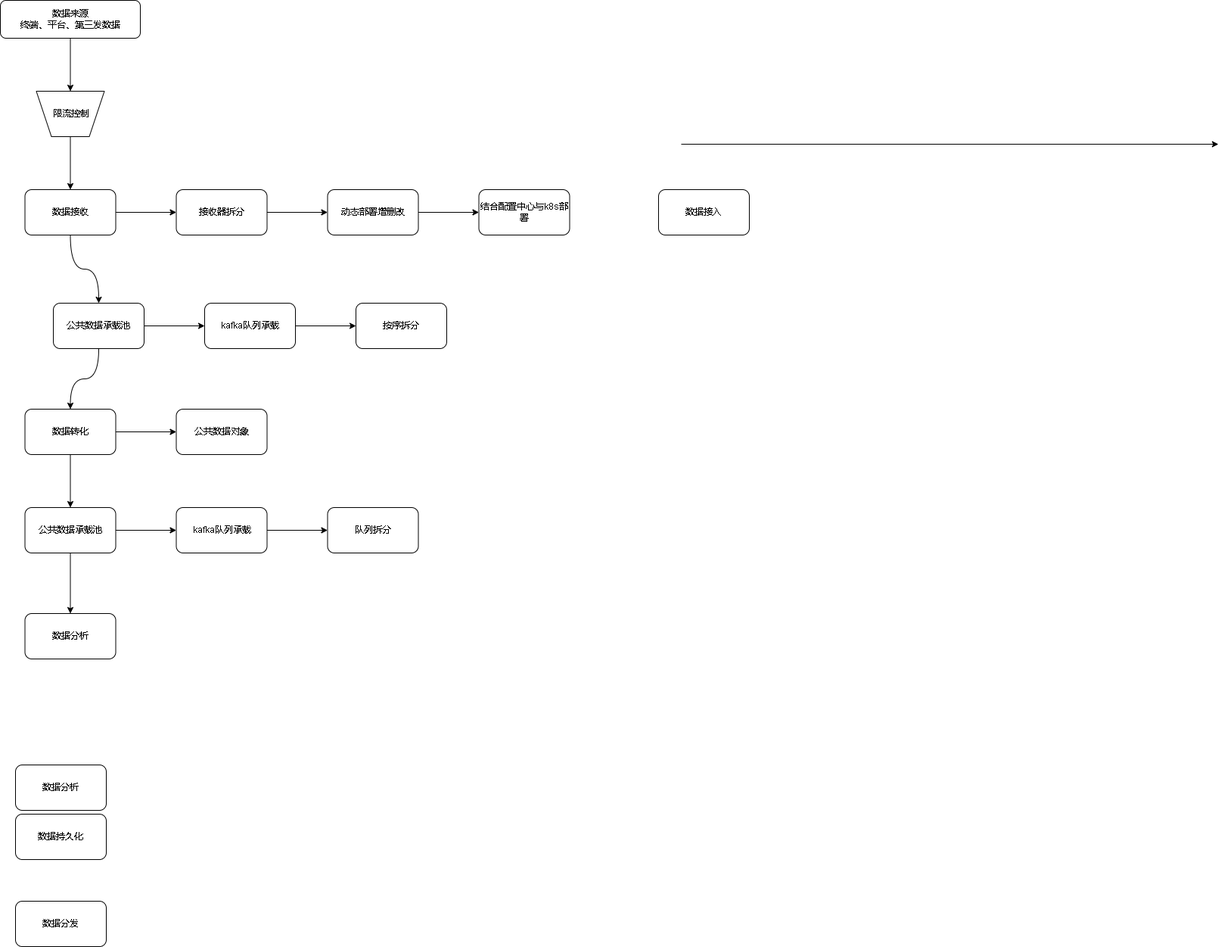
The draw.io diagram 808后台架构.drawio.png in xktder/draw, before a commit. Source tidied: cells renumbered, new cells last; positions are measured from the earlier drawing's top-left corner, leaving out a move shared by most shapes.
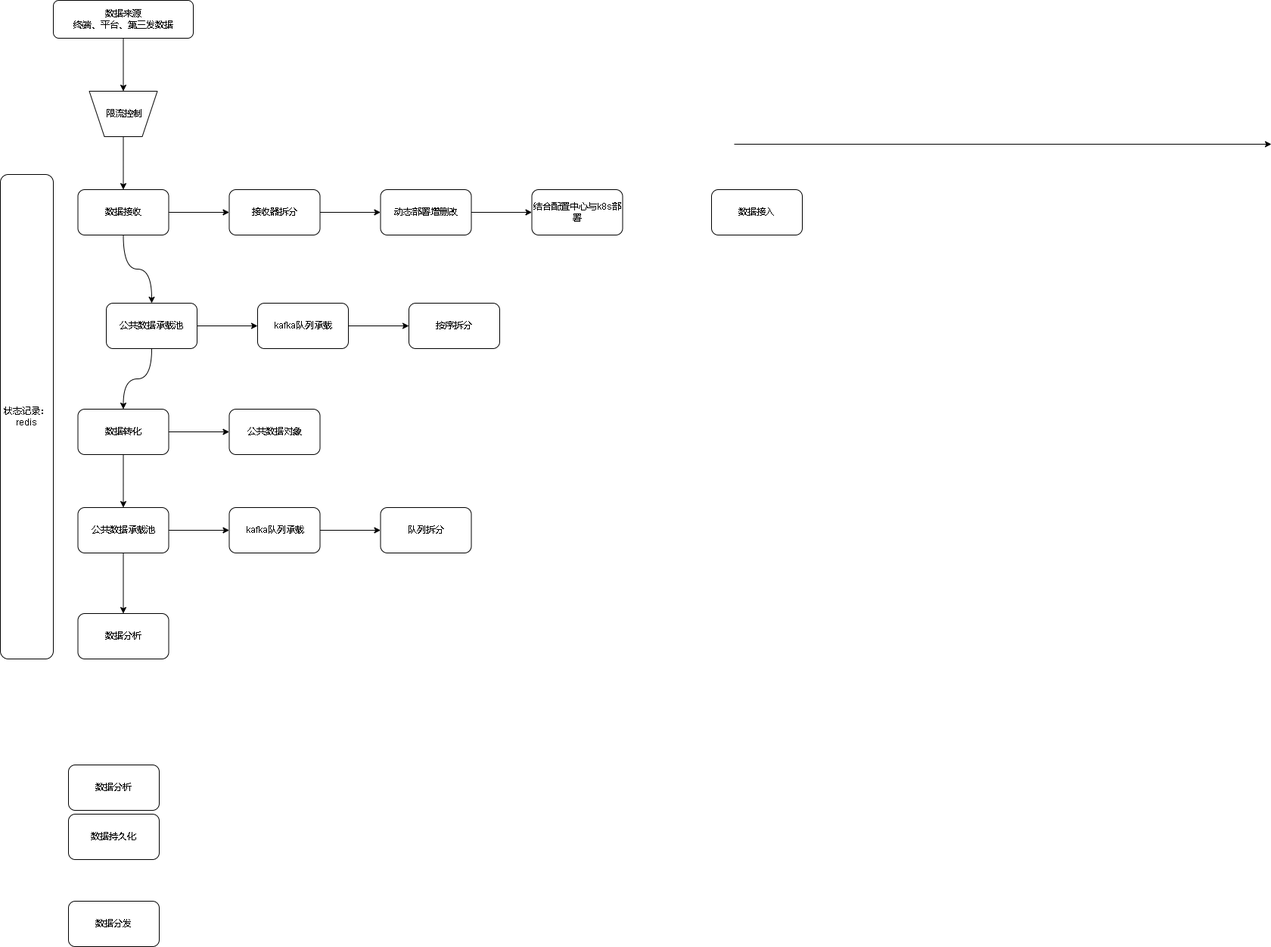
The same file after the commit.

Commit message:
更新808后台架构.drawio.png

Change to the diagram source:
```diff
@@ -110,5 +110,8 @@
     <mxCell id="36" value="按序拆分" style="whiteSpace=wrap;html=1;rounded=1;" parent="1" vertex="1">
       <mxGeometry x="470" y="400" width="120" height="60" as="geometry" />
     </mxCell>
+    <mxCell id="37" value="状态记录：&lt;br&gt;redis" style="rounded=1;whiteSpace=wrap;html=1;" parent="1" vertex="1">
+      <mxGeometry x="-70" y="230" width="70" height="640" as="geometry" />
+    </mxCell>
   </root>
 </mxGraphModel>
```
